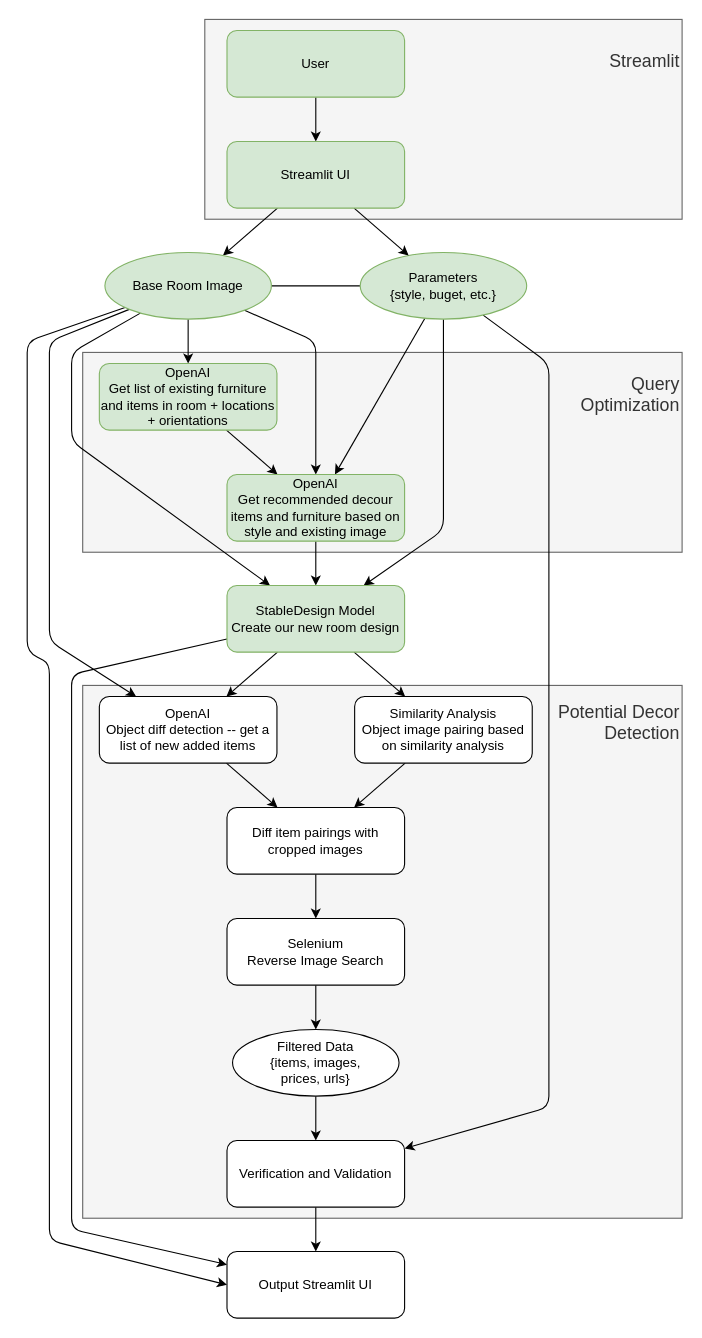
iiisong/reModel keeps this draw.io diagram as diagrams/p8.drawio. Above is the earlier version. Source tidied: cells renumbered, new cells numbered last; positions are measured from the earlier drawing's top-left corner, leaving out a move shared by most shapes. Both pictures are drawn from the tidied source at 111%, with x=0, y=0 at pixel (27, 19).
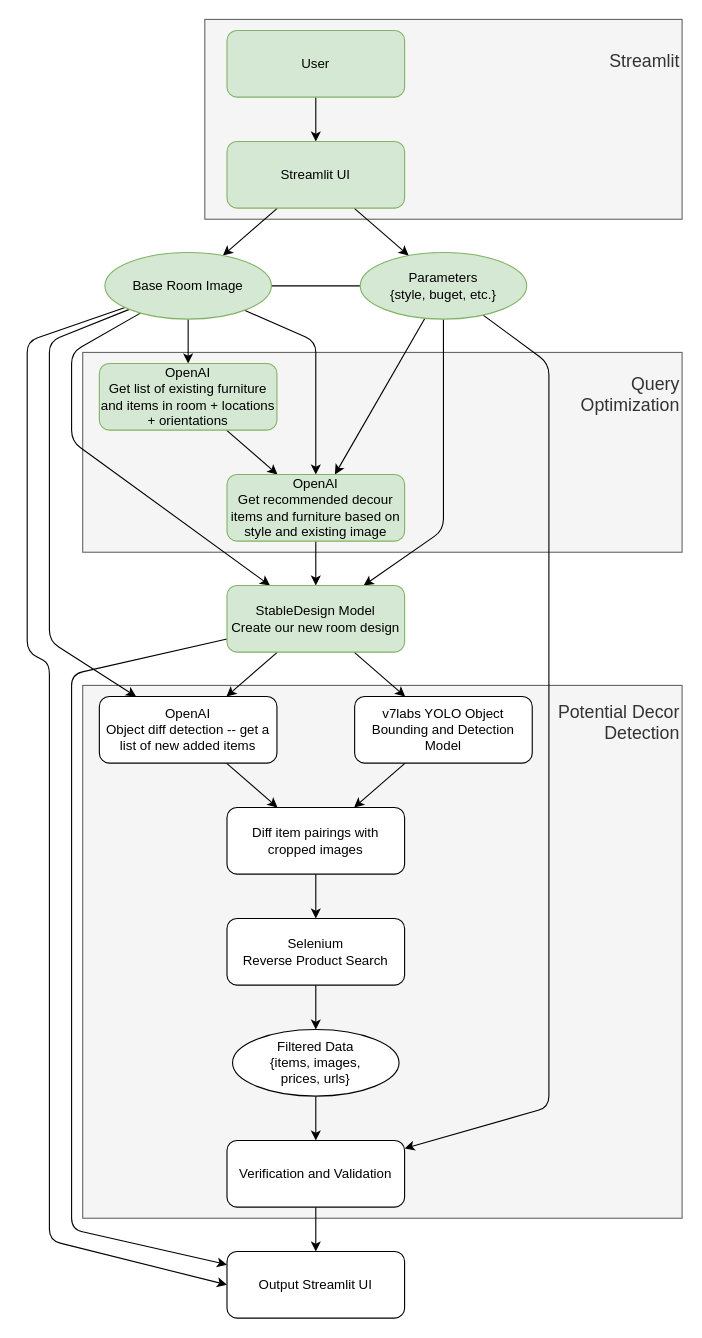
The same diagram, later.

Change to the diagram source:
```diff
@@
-    <mxCell id="32" value="&lt;div&gt;Similarity Analysis&lt;/div&gt;Object image pairing based on similarity analysis" style="rounded=1;whiteSpace=wrap;html=1;" parent="1" vertex="1">
+    <mxCell id="32" value="&lt;div&gt;&lt;span style=&quot;background-color: transparent;&quot;&gt;v7labs YOLO Object Bounding and Detection Model&lt;/span&gt;&lt;/div&gt;" style="rounded=1;whiteSpace=wrap;html=1;" parent="1" vertex="1">
       <mxGeometry x="295" y="610" width="160" height="60" as="geometry" />
     </mxCell>
@@
-    <mxCell id="36" value="&lt;div&gt;Selenium&lt;/div&gt;Reverse Image Search&lt;div&gt;&lt;/div&gt;" style="rounded=1;whiteSpace=wrap;html=1;" parent="1" vertex="1">
+    <mxCell id="36" value="&lt;div&gt;Selenium&lt;/div&gt;Reverse Product Search&lt;div&gt;&lt;/div&gt;" style="rounded=1;whiteSpace=wrap;html=1;" parent="1" vertex="1">
       <mxGeometry x="180" y="810" width="160" height="60" as="geometry" />
     </mxCell>
```
